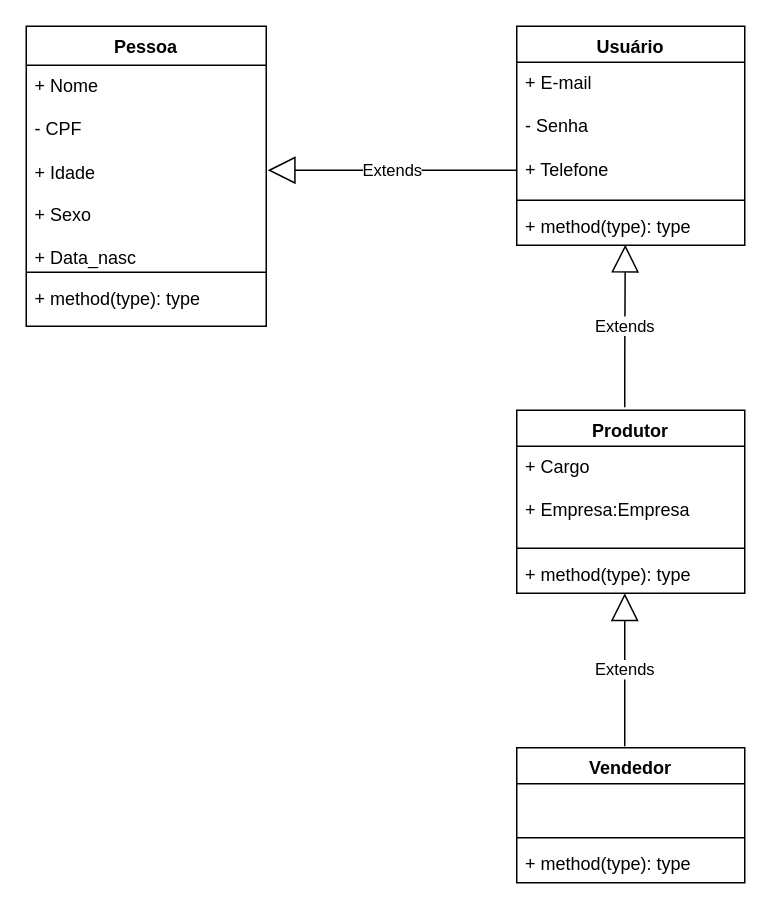
Above: modelagem.drawio in LucasVolp/gestart_cultura (draw.io), before the change. Source tidied: cells renumbered, new cells numbered last; positions are measured from the earlier drawing's top-left corner, leaving out a move shared by most shapes. Both pictures are drawn from the tidied source at 150%, with x=0, y=0 at pixel (26, 26).
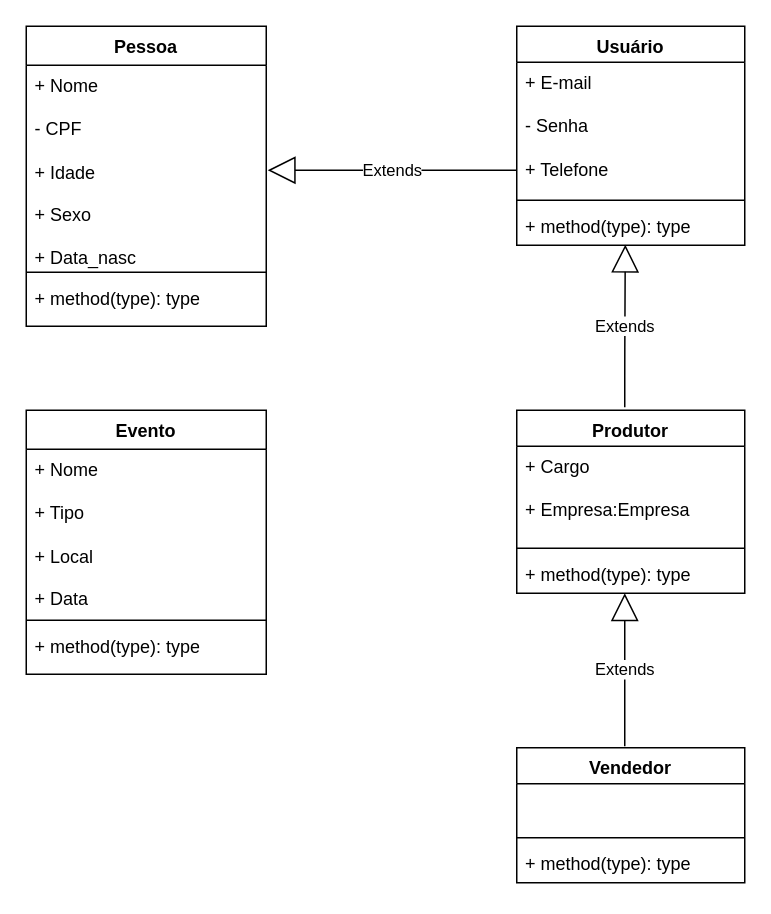
Above is the later version.

Commit message:
criação de "Evento"

The edit, as a diff of the source:
```diff
@@
+    <mxCell id="21" value="Evento" style="swimlane;fontStyle=1;align=center;verticalAlign=top;horizontal=1;startSize=26;whiteSpace=wrap;html=1;" parent="1" vertex="1">
+      <mxGeometry y="256" width="160" height="176" as="geometry" />
+    </mxCell>
+    <mxCell id="22" value="&lt;div&gt;+ Nome&lt;/div&gt;&lt;div&gt;&lt;br&gt;&lt;/div&gt;&lt;div&gt;+ Tipo&lt;/div&gt;&lt;div&gt;&lt;br&gt;&lt;/div&gt;&lt;div&gt;+ Local&amp;nbsp;&lt;/div&gt;&lt;div&gt;&lt;br&gt;&lt;/div&gt;&lt;div&gt;+ Data&lt;/div&gt;&lt;div&gt;&lt;br&gt;&lt;/div&gt;&lt;div&gt;&lt;br&gt;&lt;/div&gt;&lt;div&gt;&lt;br&gt;&lt;/div&gt;&lt;div&gt;&lt;br&gt;&lt;/div&gt;&lt;div&gt;&lt;br&gt;&lt;/div&gt;" style="text;strokeColor=none;fillColor=none;align=left;verticalAlign=top;spacingLeft=4;spacingRight=4;overflow=hidden;whiteSpace=wrap;html=1;" parent="21" vertex="1">
+      <mxGeometry y="26" width="160" height="110" as="geometry" />
+    </mxCell>
+    <mxCell id="23" style="line;strokeWidth=1;fillColor=none;align=left;verticalAlign=middle;spacingTop=-1;spacingLeft=3;spacingRight=3;labelPosition=right;strokeColor=inherit;" parent="21" vertex="1">
+      <mxGeometry y="136" width="160" height="8" as="geometry" />
+    </mxCell>
+    <mxCell id="24" value="+ method(type): type" style="text;strokeColor=none;fillColor=none;align=left;verticalAlign=top;spacingLeft=4;spacingRight=4;overflow=hidden;whiteSpace=wrap;html=1;" parent="21" vertex="1">
+      <mxGeometry y="144" width="160" height="32" as="geometry" />
+    </mxCell>
```
